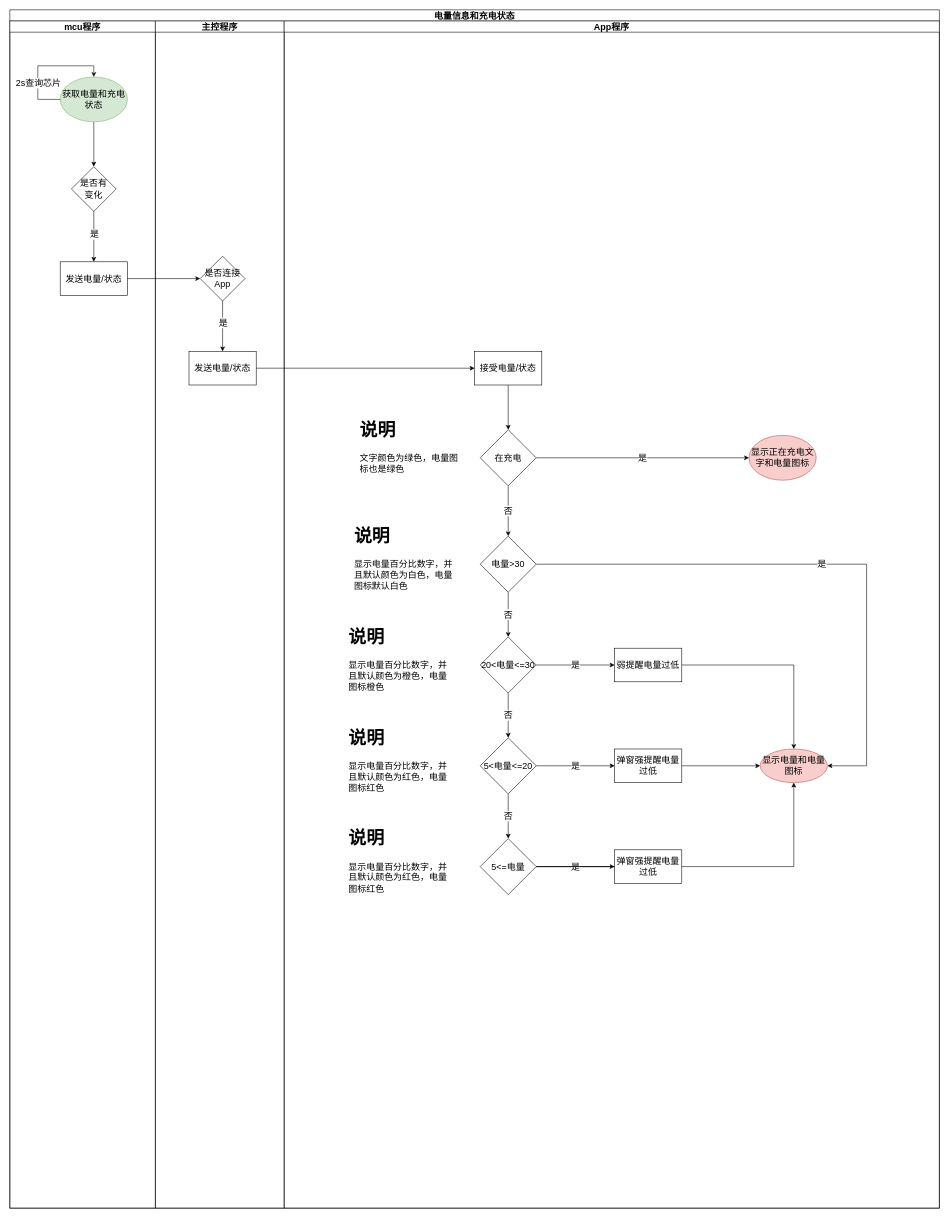
Earlier version of the draw.io diagram page "电池电量" (12 of 28) of 隐身保arm版-业务流程-V1.0-20221028-1.drawio (kyphoon/ysb_drawio_tree). Source tidied: cells renumbered, new cells numbered last; positions are measured from the earlier drawing's top-left corner, leaving out a move shared by most shapes. Both pictures are drawn from the tidied source at 56%, with x=0, y=0 at pixel (10, 10).
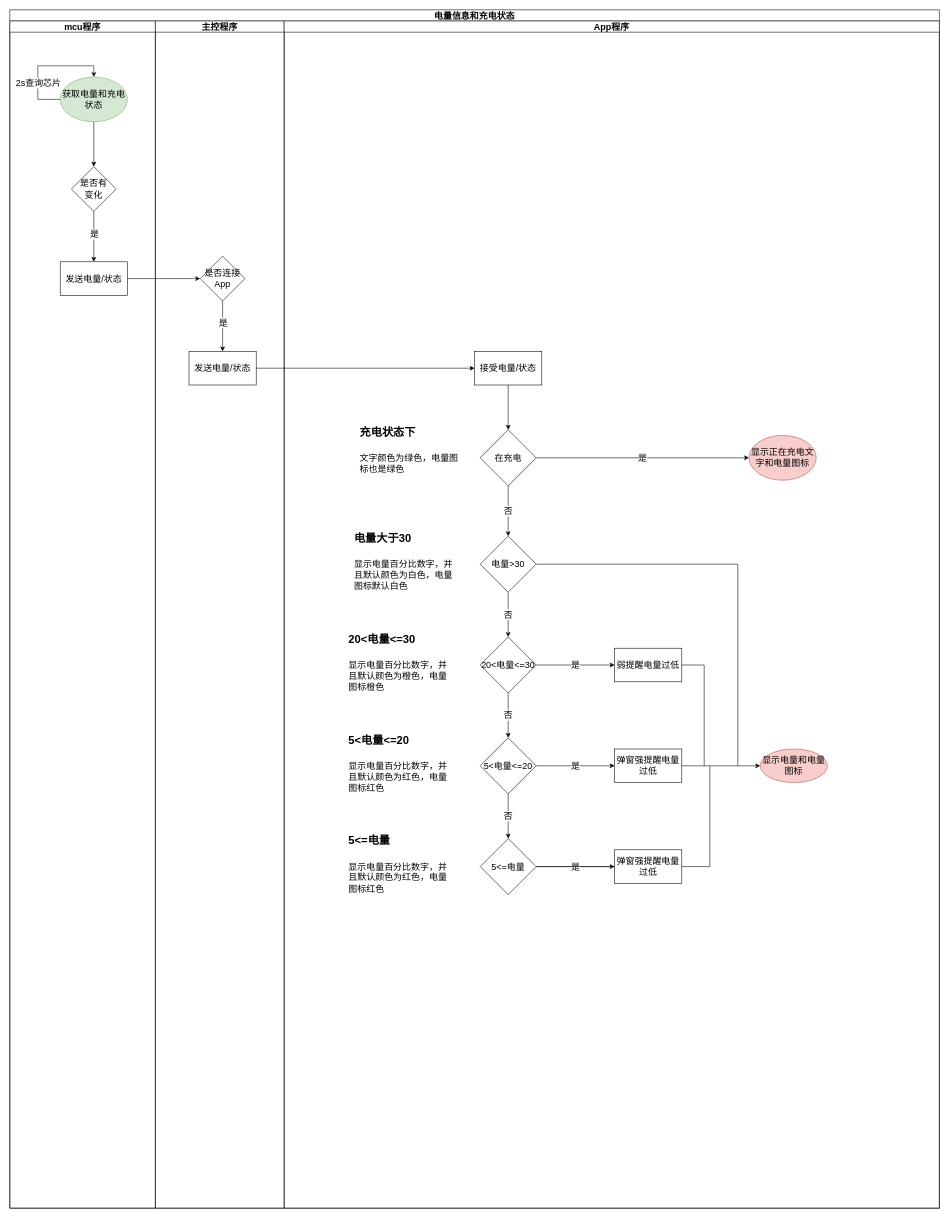
The same page after the edit.

Unchanged cells that the change refers to:
```xml
<mxCell id="19" value="App程序" style="swimlane;startSize=20;labelBackgroundColor=none;fontSize=16;strokeWidth=1;" parent="2" vertex="1">
  <mxGeometry x="490" y="20" width="1170" height="2120" as="geometry" />
</mxCell>
<mxCell id="27" value="&lt;font style=&quot;font-size: 16px;&quot;&gt;电量&amp;gt;30&lt;/font&gt;" style="rhombus;whiteSpace=wrap;html=1;rounded=0;" parent="19" vertex="1">
  <mxGeometry x="350" y="920" width="100" height="100" as="geometry" />
</mxCell>
<mxCell id="34" value="&lt;font style=&quot;font-size: 16px;&quot;&gt;弱提醒电量过低&lt;/font&gt;" style="whiteSpace=wrap;html=1;rounded=0;" parent="19" vertex="1">
  <mxGeometry x="590" y="1120" width="120" height="60" as="geometry" />
</mxCell>
<mxCell id="43" value="弹窗强提醒电量过低" style="whiteSpace=wrap;html=1;rounded=0;fontSize=16;" parent="19" vertex="1">
  <mxGeometry x="590" y="1480" width="120" height="60" as="geometry" />
</mxCell>
<mxCell id="45" value="显示电量和电量图标" style="ellipse;whiteSpace=wrap;html=1;fontSize=16;rounded=0;fillColor=#f8cecc;strokeColor=#b85450;" parent="19" vertex="1">
  <mxGeometry x="850" y="1300" width="120" height="60" as="geometry" />
</mxCell>
<mxCell id="47" value="&lt;font style=&quot;font-size: 16px;&quot;&gt;5&amp;lt;=电量&lt;/font&gt;" style="rhombus;whiteSpace=wrap;html=1;rounded=0;" parent="19" vertex="1">
  <mxGeometry x="350" y="1460" width="100" height="100" as="geometry" />
</mxCell>
```

What changed in the source:
```diff
@@
-    <mxCell id="25" value="是" style="edgeStyle=orthogonalEdgeStyle;rounded=0;jettySize=auto;html=1;fontSize=16;entryX=1;entryY=0.5;entryDx=0;entryDy=0;entryPerimeter=0;" parent="19" edge="1" source="27" target="45">
-      <mxGeometry relative="1" as="geometry">
-        <Array as="points">
-          <mxPoint x="1040" y="970" />
-          <mxPoint x="1040" y="1330" />
-        </Array>
-      </mxGeometry>
-    </mxCell>
@@
-    <mxCell id="28" value="&lt;h1&gt;说明&lt;/h1&gt;&lt;div&gt;显示电量百分比数字，并且默认颜色为白色，电量图标默认白色&lt;/div&gt;" style="text;html=1;strokeColor=none;fillColor=none;spacing=5;spacingTop=-20;whiteSpace=wrap;overflow=hidden;rounded=0;fontSize=16;" parent="19" vertex="1">
+    <mxCell id="28" value="&lt;h1&gt;&lt;font style=&quot;font-size: 20px;&quot;&gt;电量大于30&lt;/font&gt;&lt;/h1&gt;&lt;div&gt;显示电量百分比数字，并且默认颜色为白色，电量图标默认白色&lt;/div&gt;" style="text;html=1;strokeColor=none;fillColor=none;spacing=5;spacingTop=-20;whiteSpace=wrap;overflow=hidden;rounded=0;fontSize=16;" parent="19" vertex="1">
       <mxGeometry x="120" y="890" width="189.5" height="140" as="geometry" />
     </mxCell>
-    <mxCell id="29" value="&lt;h1&gt;说明&lt;/h1&gt;&lt;div&gt;文字颜色为绿色，电量图标也是绿色&lt;/div&gt;" style="text;html=1;strokeColor=none;fillColor=none;spacing=5;spacingTop=-20;whiteSpace=wrap;overflow=hidden;rounded=0;fontSize=16;" parent="19" vertex="1">
+    <mxCell id="29" value="&lt;h1&gt;&lt;font style=&quot;font-size: 20px;&quot;&gt;充电状态下&lt;/font&gt;&lt;/h1&gt;&lt;div&gt;文字颜色为绿色，电量图标也是绿色&lt;/div&gt;" style="text;html=1;strokeColor=none;fillColor=none;spacing=5;spacingTop=-20;whiteSpace=wrap;overflow=hidden;rounded=0;fontSize=16;" parent="19" vertex="1">
       <mxGeometry x="130" y="700" width="190" height="120" as="geometry" />
     </mxCell>
@@
-    <mxCell id="33" style="edgeStyle=orthogonalEdgeStyle;rounded=0;jettySize=auto;html=1;fontSize=16;entryX=0.5;entryY=0;entryDx=0;entryDy=0;" parent="19" edge="1" source="34" target="45">
-      <mxGeometry relative="1" as="geometry" />
-    </mxCell>
@@
-    <mxCell id="35" value="&lt;h1&gt;说明&lt;/h1&gt;&lt;div&gt;显示电量百分比数字，并且默认颜色为橙色，电量图标橙色&lt;/div&gt;" style="text;html=1;strokeColor=none;fillColor=none;spacing=5;spacingTop=-20;whiteSpace=wrap;overflow=hidden;rounded=0;fontSize=16;" parent="19" vertex="1">
+    <mxCell id="35" value="&lt;h1&gt;&lt;span style=&quot;text-align: center;&quot;&gt;&lt;font style=&quot;font-size: 20px;&quot;&gt;20&amp;lt;电量&amp;lt;=30&lt;/font&gt;&lt;/span&gt;&lt;br&gt;&lt;/h1&gt;&lt;div&gt;显示电量百分比数字，并且默认颜色为橙色，电量图标橙色&lt;/div&gt;" style="text;html=1;strokeColor=none;fillColor=none;spacing=5;spacingTop=-20;whiteSpace=wrap;overflow=hidden;rounded=0;fontSize=16;" parent="19" vertex="1">
       <mxGeometry x="110" y="1070" width="189.5" height="140" as="geometry" />
     </mxCell>
@@
-    <mxCell id="42" style="edgeStyle=orthogonalEdgeStyle;rounded=0;jettySize=auto;html=1;fontSize=16;startArrow=none;" parent="19" edge="1" source="47" target="45">
-      <mxGeometry relative="1" as="geometry" />
-    </mxCell>
@@
-    <mxCell id="44" value="&lt;h1&gt;说明&lt;/h1&gt;&lt;div&gt;显示电量百分比数字，并且默认颜色为红色，电量图标红色&lt;/div&gt;" style="text;html=1;strokeColor=none;fillColor=none;spacing=5;spacingTop=-20;whiteSpace=wrap;overflow=hidden;rounded=0;fontSize=16;" parent="19" vertex="1">
+    <mxCell id="44" value="&lt;h1&gt;&lt;span style=&quot;text-align: center;&quot;&gt;&lt;font style=&quot;font-size: 20px;&quot;&gt;5&amp;lt;电量&amp;lt;=20&lt;/font&gt;&lt;/span&gt;&lt;br&gt;&lt;/h1&gt;&lt;div&gt;显示电量百分比数字，并且默认颜色为红色，电量图标红色&lt;/div&gt;" style="text;html=1;strokeColor=none;fillColor=none;spacing=5;spacingTop=-20;whiteSpace=wrap;overflow=hidden;rounded=0;fontSize=16;" parent="19" vertex="1">
       <mxGeometry x="110" y="1250" width="189.5" height="140" as="geometry" />
     </mxCell>
@@
-    <mxCell id="49" value="&lt;h1&gt;说明&lt;/h1&gt;&lt;div&gt;显示电量百分比数字，并且默认颜色为红色，电量图标红色&lt;/div&gt;" style="text;html=1;strokeColor=none;fillColor=none;spacing=5;spacingTop=-20;whiteSpace=wrap;overflow=hidden;rounded=0;fontSize=16;" parent="19" vertex="1">
+    <mxCell id="49" value="&lt;h1&gt;&lt;span style=&quot;text-align: center;&quot;&gt;&lt;font style=&quot;font-size: 20px;&quot;&gt;5&amp;lt;=电量&lt;/font&gt;&lt;/span&gt;&lt;br&gt;&lt;/h1&gt;&lt;div&gt;显示电量百分比数字，并且默认颜色为红色，电量图标红色&lt;/div&gt;" style="text;html=1;strokeColor=none;fillColor=none;spacing=5;spacingTop=-20;whiteSpace=wrap;overflow=hidden;rounded=0;fontSize=16;" parent="19" vertex="1">
       <mxGeometry x="110" y="1430" width="189.5" height="140" as="geometry" />
     </mxCell>
+    <mxCell id="50" style="endArrow=none;html=1;rounded=0;fontSize=12;exitX=1;exitY=0.5;exitDx=0;exitDy=0;" parent="1" edge="1" source="34">
+      <mxGeometry relative="1" as="geometry">
+        <mxPoint x="1240" y="1350" as="targetPoint" />
+        <Array as="points">
+          <mxPoint x="1240" y="1170" />
+        </Array>
+      </mxGeometry>
+    </mxCell>
+    <mxCell id="51" style="endArrow=none;html=1;rounded=0;fontSize=12;entryX=1;entryY=0.5;entryDx=0;entryDy=0;" parent="1" edge="1" target="43">
+      <mxGeometry relative="1" as="geometry">
+        <mxPoint x="1250" y="1350" as="sourcePoint" />
+        <Array as="points">
+          <mxPoint x="1250" y="1530" />
+        </Array>
+      </mxGeometry>
+    </mxCell>
+    <mxCell id="52" style="endArrow=none;html=1;rounded=0;fontSize=12;exitX=1;exitY=0.5;exitDx=0;exitDy=0;" parent="1" edge="1" source="27">
+      <mxGeometry relative="1" as="geometry">
+        <mxPoint x="1300" y="1350" as="targetPoint" />
+        <Array as="points">
+          <mxPoint x="1300" y="990" />
+        </Array>
+      </mxGeometry>
+    </mxCell>
```
